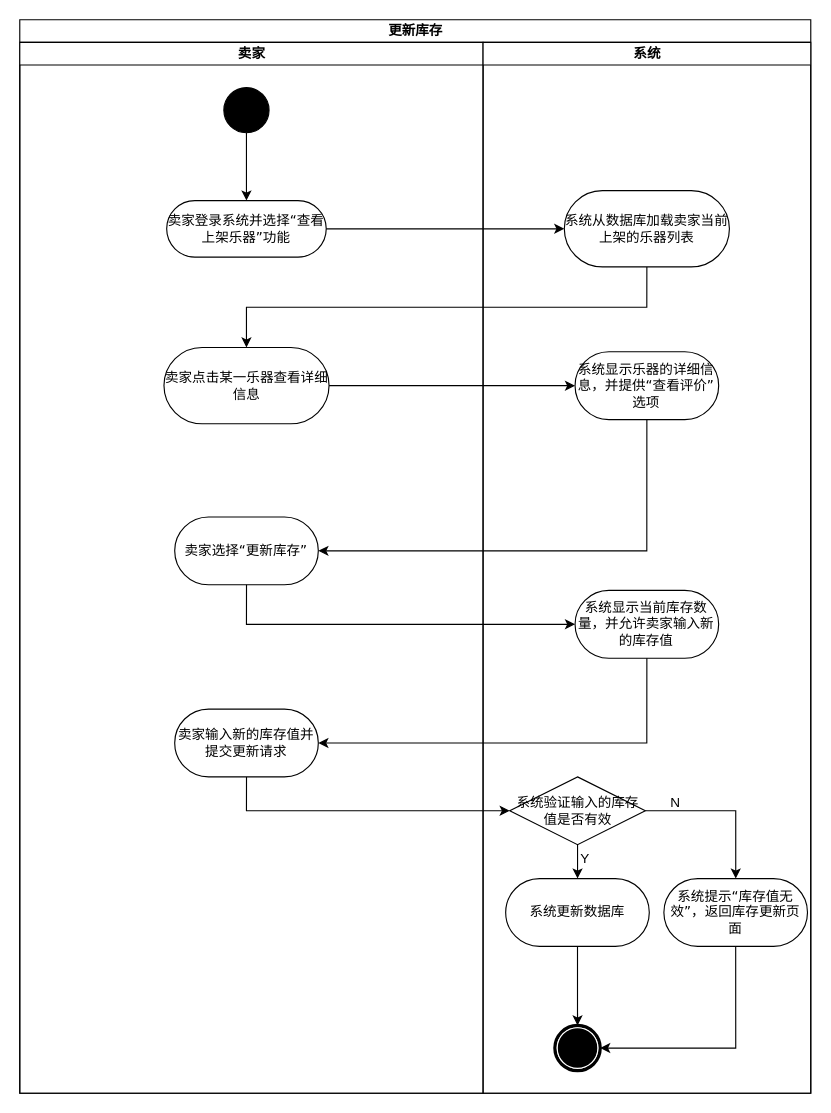
This is page "功能建模" (1 of 2) of 文档/需求分析规约文档/三种建模/19更新库存用例建模.drawio from w1ntercube/TJ-SE-Design, a draw.io file, before an edit. Source tidied: cells renumbered, new cells numbered last; positions are measured from the earlier drawing's top-left corner, leaving out a move shared by most shapes. Both pictures are drawn from the tidied source at 113%, with x=0, y=0 at pixel (19, 19).
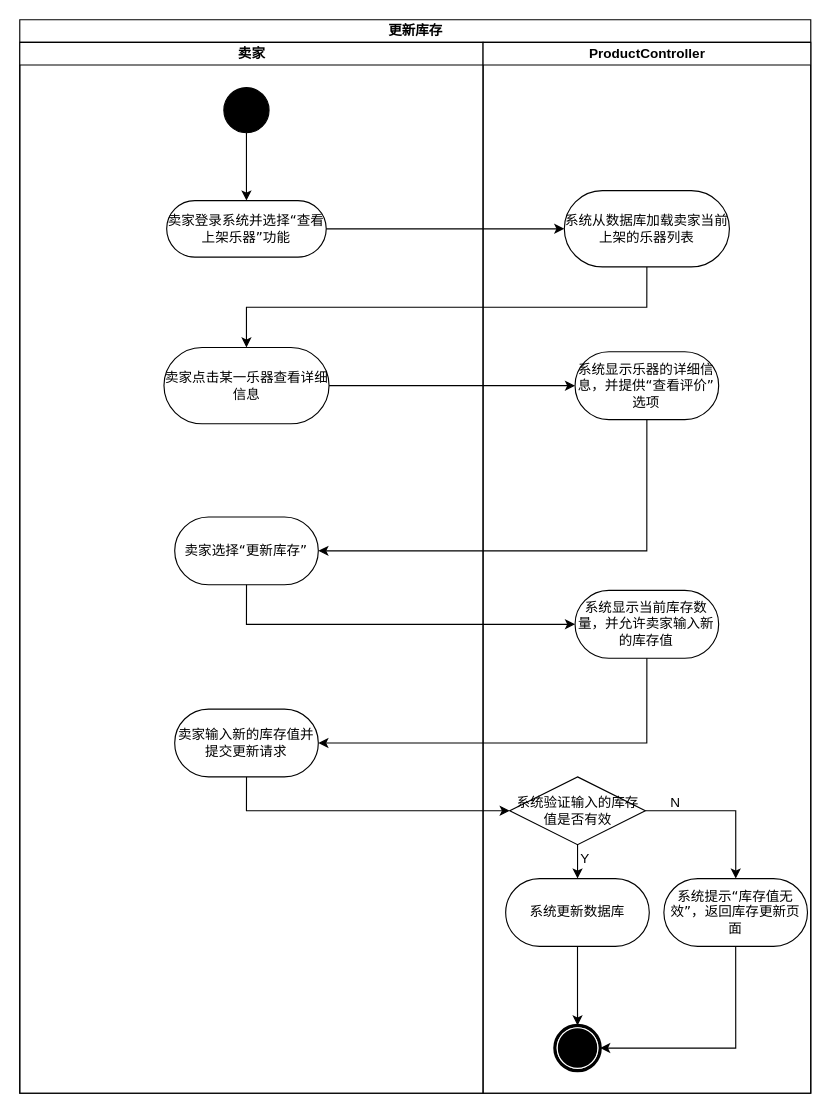
The same page after the edit.

The change refers to these unchanged cells:
```xml
<mxCell id="3" value="卖家" style="swimlane;html=1;startSize=20;" parent="2" vertex="1">
  <mxGeometry y="20" width="410" height="930" as="geometry" />
</mxCell>
```

What changed in the source:
```diff
@@
-    <mxCell id="7" value="系统" style="swimlane;html=1;startSize=20;" parent="3" vertex="1">
+    <mxCell id="7" value="ProductController" style="swimlane;html=1;startSize=20;" parent="3" vertex="1">
       <mxGeometry x="410" width="290" height="930" as="geometry" />
     </mxCell>
```
